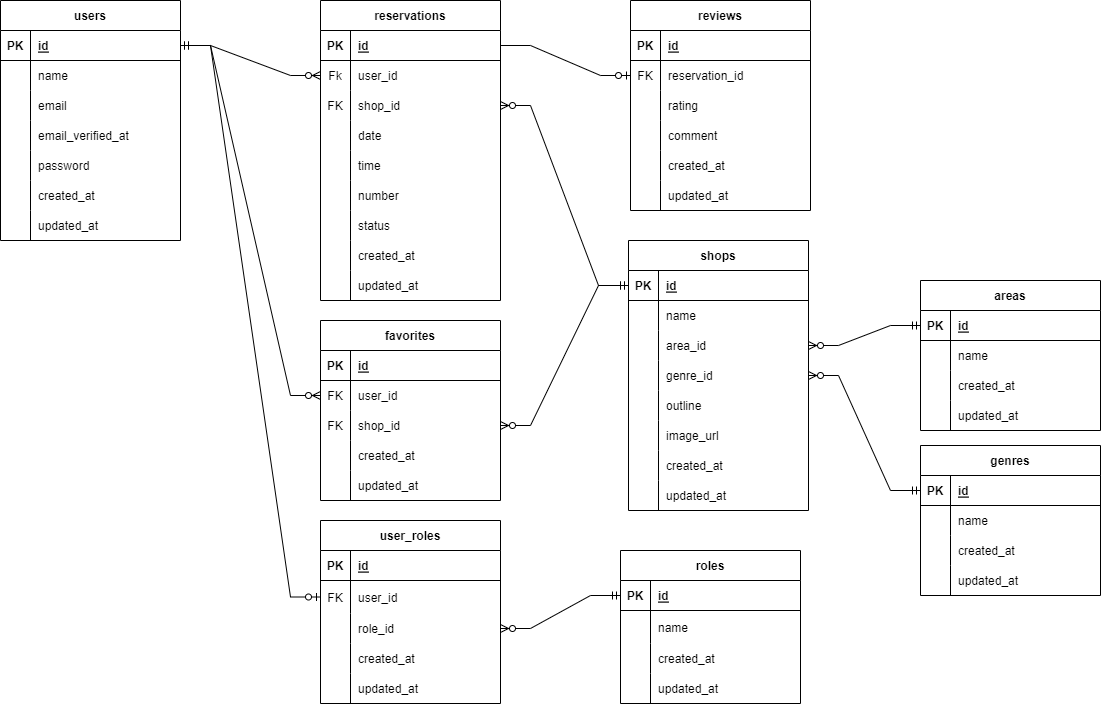
bokazuya25/ReservationSystem_restaurant keeps this draw.io diagram as img/table.drawio.png. Above is the earlier version. Source tidied: cells renumbered, new cells last; positions are measured from the earlier drawing's top-left corner, leaving out a move shared by most shapes.
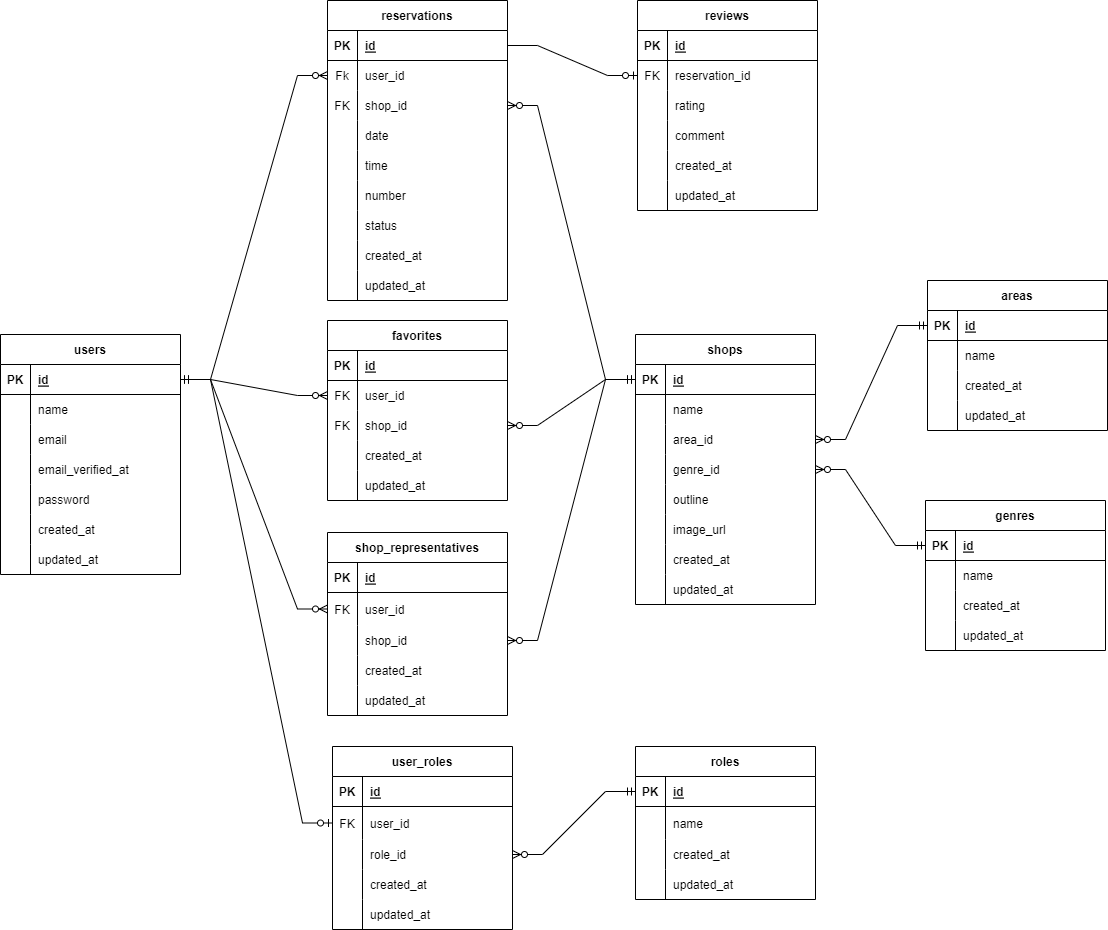
Later version of the same file.

Change to the diagram source:
```diff
@@ -3,7 +3,7 @@
     <mxCell id="0" />
     <mxCell id="1" parent="0" />
     <mxCell id="2" value="users" style="shape=table;startSize=30;rowLines=0;fontStyle=1;align=center;" parent="1" vertex="1">
-      <mxGeometry width="180" height="240" as="geometry" />
+      <mxGeometry x="-7" y="334" width="180" height="240" as="geometry" />
     </mxCell>
     <mxCell id="3" style="shape=tableRow;horizontal=0;startSize=0;swimlaneHead=0;swimlaneBody=0;fillColor=none;points=[[0,0.5],[1,0.5]];portConstraint=eastwest;top=0;left=0;right=0;bottom=1;" parent="2" vertex="1">
       <mxGeometry y="30" width="180" height="30" as="geometry" />
@@ -69,7 +69,7 @@
       <mxGeometry x="30" width="150" height="30" as="geometry" />
     </mxCell>
     <mxCell id="24" value="shops" style="shape=table;startSize=30;rowLines=0;fontStyle=1;align=center;" parent="1" vertex="1">
-      <mxGeometry x="628" y="240" width="180" height="270" as="geometry" />
+      <mxGeometry x="628" y="334" width="180" height="270" as="geometry" />
     </mxCell>
     <mxCell id="25" style="shape=tableRow;horizontal=0;startSize=0;swimlaneHead=0;swimlaneBody=0;fillColor=none;points=[[0,0.5],[1,0.5]];portConstraint=eastwest;top=0;left=0;right=0;bottom=1;" parent="24" vertex="1">
       <mxGeometry y="30" width="180" height="30" as="geometry" />
@@ -330,7 +330,7 @@
       <mxGeometry relative="1" as="geometry" />
     </mxCell>
     <mxCell id="111" value="genres" style="shape=table;startSize=30;rowLines=0;fontStyle=1;align=center;" parent="1" vertex="1">
-      <mxGeometry x="920" y="445" width="180" height="150" as="geometry" />
+      <mxGeometry x="918" y="500" width="180" height="150" as="geometry" />
     </mxCell>
     <mxCell id="112" style="shape=tableRow;horizontal=0;startSize=0;swimlaneHead=0;swimlaneBody=0;fillColor=none;points=[[0,0.5],[1,0.5]];portConstraint=eastwest;top=0;left=0;right=0;bottom=1;" parent="111" vertex="1">
       <mxGeometry y="30" width="180" height="30" as="geometry" />
@@ -432,7 +432,7 @@
       <mxGeometry relative="1" as="geometry" />
     </mxCell>
     <mxCell id="145" value="user_roles" style="shape=table;startSize=30;rowLines=0;fontStyle=1;align=center;" parent="1" vertex="1">
-      <mxGeometry x="320" y="520" width="180" height="183" as="geometry" />
+      <mxGeometry x="325" y="746" width="180" height="183" as="geometry" />
     </mxCell>
     <mxCell id="146" style="shape=tableRow;horizontal=0;startSize=0;swimlaneHead=0;swimlaneBody=0;fillColor=none;top=0;left=0;right=0;bottom=1;" parent="145" vertex="1">
       <mxGeometry y="30" width="180" height="30" as="geometry" />
@@ -483,7 +483,7 @@
       <mxGeometry relative="1" as="geometry" />
     </mxCell>
     <mxCell id="162" value="roles" style="shape=table;startSize=30;rowLines=0;fontStyle=1;align=center;" parent="1" vertex="1">
-      <mxGeometry x="620" y="550" width="180" height="153" as="geometry" />
+      <mxGeometry x="628" y="746" width="180" height="153" as="geometry" />
     </mxCell>
     <mxCell id="163" style="shape=tableRow;horizontal=0;startSize=0;swimlaneHead=0;swimlaneBody=0;fillColor=none;points=[[0,0.5],[1,0.5]];portConstraint=eastwest;top=0;left=0;right=0;bottom=1;" parent="162" vertex="1">
       <mxGeometry y="30" width="180" height="30" as="geometry" />
@@ -524,5 +524,59 @@
     <mxCell id="175" style="fontSize=12;html=1;endArrow=ERzeroToMany;startArrow=ERmandOne;rounded=0;edgeStyle=entityRelationEdgeStyle;" parent="1" edge="1" source="163" target="152">
       <mxGeometry relative="1" as="geometry" />
     </mxCell>
+    <mxCell id="176" value="shop_representatives" style="shape=table;startSize=30;rowLines=0;fontStyle=1;align=center;" parent="1" vertex="1">
+      <mxGeometry x="320" y="532" width="180" height="183" as="geometry" />
+    </mxCell>
+    <mxCell id="177" style="shape=tableRow;horizontal=0;startSize=0;swimlaneHead=0;swimlaneBody=0;fillColor=none;top=0;left=0;right=0;bottom=1;" parent="176" vertex="1">
+      <mxGeometry y="30" width="180" height="30" as="geometry" />
+    </mxCell>
+    <mxCell id="178" value="PK" style="shape=partialRectangle;fillColor=none;top=0;left=0;bottom=0;right=0;fontStyle=1;overflow=hidden;" parent="177" vertex="1">
+      <mxGeometry width="30" height="30" as="geometry" />
+    </mxCell>
+    <mxCell id="179" value="id" style="shape=partialRectangle;fillColor=none;top=0;left=0;bottom=0;right=0;align=left;spacingLeft=6;fontStyle=5;overflow=hidden;" parent="177" vertex="1">
+      <mxGeometry x="30" width="150" height="30" as="geometry" />
+    </mxCell>
+    <mxCell id="180" style="shape=tableRow;horizontal=0;startSize=0;swimlaneHead=0;swimlaneBody=0;fillColor=none;points=[[0,0.5],[1,0.5]];portConstraint=eastwest;top=0;left=0;right=0;bottom=0;" parent="176" vertex="1">
+      <mxGeometry y="60" width="180" height="33" as="geometry" />
+    </mxCell>
+    <mxCell id="181" value="FK" style="shape=partialRectangle;fillColor=none;top=0;left=0;bottom=0;right=0;overflow=hidden;" parent="180" vertex="1">
+      <mxGeometry width="30" height="33" as="geometry" />
+    </mxCell>
+    <mxCell id="182" value="user_id" style="shape=partialRectangle;fillColor=none;top=0;left=0;bottom=0;right=0;align=left;spacingLeft=6;overflow=hidden;" parent="180" vertex="1">
+      <mxGeometry x="30" width="150" height="33" as="geometry" />
+    </mxCell>
+    <mxCell id="183" style="shape=tableRow;horizontal=0;startSize=0;swimlaneHead=0;swimlaneBody=0;fillColor=none;points=[[0,0.5],[1,0.5]];portConstraint=eastwest;top=0;left=0;right=0;bottom=0;" parent="176" vertex="1">
+      <mxGeometry y="93" width="180" height="30" as="geometry" />
+    </mxCell>
+    <mxCell id="184" style="shape=partialRectangle;fillColor=none;top=0;left=0;bottom=0;right=0;overflow=hidden;" parent="183" vertex="1">
+      <mxGeometry width="30" height="30" as="geometry" />
+    </mxCell>
+    <mxCell id="185" value="shop_id" style="shape=partialRectangle;fillColor=none;top=0;left=0;bottom=0;right=0;align=left;spacingLeft=6;overflow=hidden;" parent="183" vertex="1">
+      <mxGeometry x="30" width="150" height="30" as="geometry" />
+    </mxCell>
+    <mxCell id="186" style="shape=tableRow;horizontal=0;startSize=0;swimlaneHead=0;swimlaneBody=0;fillColor=none;top=0;left=0;right=0;bottom=0;" parent="176" vertex="1">
+      <mxGeometry y="123" width="180" height="30" as="geometry" />
+    </mxCell>
+    <mxCell id="187" style="shape=partialRectangle;fillColor=none;top=0;left=0;bottom=0;right=0;overflow=hidden;" parent="186" vertex="1">
+      <mxGeometry width="30" height="30" as="geometry" />
+    </mxCell>
+    <mxCell id="188" value="created_at" style="shape=partialRectangle;fillColor=none;top=0;left=0;bottom=0;right=0;align=left;spacingLeft=6;overflow=hidden;" parent="186" vertex="1">
+      <mxGeometry x="30" width="150" height="30" as="geometry" />
+    </mxCell>
+    <mxCell id="189" style="shape=tableRow;horizontal=0;startSize=0;swimlaneHead=0;swimlaneBody=0;fillColor=none;top=0;left=0;right=0;bottom=0;" parent="176" vertex="1">
+      <mxGeometry y="153" width="180" height="30" as="geometry" />
+    </mxCell>
+    <mxCell id="190" style="shape=partialRectangle;fillColor=none;top=0;left=0;bottom=0;right=0;overflow=hidden;" parent="189" vertex="1">
+      <mxGeometry width="30" height="30" as="geometry" />
+    </mxCell>
+    <mxCell id="191" value="updated_at" style="shape=partialRectangle;fillColor=none;top=0;left=0;bottom=0;right=0;align=left;spacingLeft=6;overflow=hidden;" parent="189" vertex="1">
+      <mxGeometry x="30" width="150" height="30" as="geometry" />
+    </mxCell>
+    <mxCell id="192" style="fontSize=12;html=1;endArrow=ERzeroToMany;startArrow=ERmandOne;rounded=0;edgeStyle=entityRelationEdgeStyle;" parent="1" edge="1" source="3" target="180">
+      <mxGeometry relative="1" as="geometry" />
+    </mxCell>
+    <mxCell id="193" style="fontSize=12;html=1;endArrow=ERzeroToMany;startArrow=ERmandOne;rounded=0;edgeStyle=entityRelationEdgeStyle;" parent="1" edge="1" source="25" target="183">
+      <mxGeometry relative="1" as="geometry" />
+    </mxCell>
   </root>
 </mxGraphModel>
```
